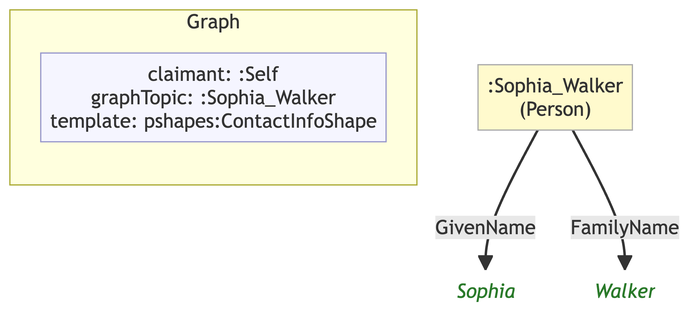
MeeFoundation/mia-ontologies keeps this Mermaid diagram as example/graphs/images/graph-07.png. Above is the earlier version. Its source is kept beside it as example/graphs/images/graph-07.mmd. Its diagram source:
```mermaid
flowchart TD
    classDef person fill:#fffacd,stroke:#aaa,color:#333
    classDef org    fill:#cce5ff,stroke:#aaa,color:#333
    classDef service fill:#e6e6e6,stroke:#aaa,color:#333
    classDef lit    fill:none,stroke:none,font-style:italic,color:#2a7a2a
    classDef meta   fill:#f5f5ff,stroke:#9999cc,color:#333

    subgraph ctx["Graph"]
        direction LR
        ctx_meta["claimant: :Self\ngraphTopic: :Sophia_Walker\ntemplate: pshapes:ContactInfoShape"]:::meta
    end

    n2862909bb09a[":Sophia_Walker\n(Person)"]:::person
    n35b8c9d4f3ae("Sophia"):::lit
    n94533a5d1d0a("Walker"):::lit

    n2862909bb09a -->|"GivenName"| n35b8c9d4f3ae
    n2862909bb09a -->|"FamilyName"| n94533a5d1d0a
```
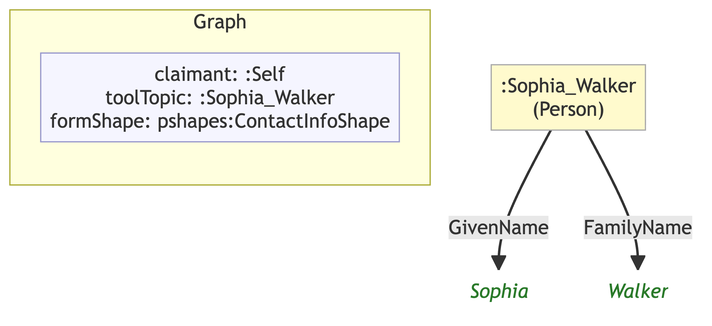
Later version of the same file.

The edit, as a diff of the source:
```diff
@@ -7,12 +7,12 @@
 
     subgraph ctx["Graph"]
         direction LR
-        ctx_meta["claimant: :Self\ngraphTopic: :Sophia_Walker\ntemplate: pshapes:ContactInfoShape"]:::meta
+        ctx_meta["claimant: :Self\ntoolTopic: :Sophia_Walker\nformShape: pshapes:ContactInfoShape"]:::meta
     end
 
-    n2862909bb09a[":Sophia_Walker\n(Person)"]:::person
-    n35b8c9d4f3ae("Sophia"):::lit
-    n94533a5d1d0a("Walker"):::lit
+    ndcbfaa4fbe46[":Sophia_Walker\n(Person)"]:::person
+    n5a1e678da254("Sophia"):::lit
+    n44d9fb1f5ac6("Walker"):::lit
 
-    n2862909bb09a -->|"GivenName"| n35b8c9d4f3ae
-    n2862909bb09a -->|"FamilyName"| n94533a5d1d0a
+    ndcbfaa4fbe46 -->|"GivenName"| n5a1e678da254
+    ndcbfaa4fbe46 -->|"FamilyName"| n44d9fb1f5ac6
```
